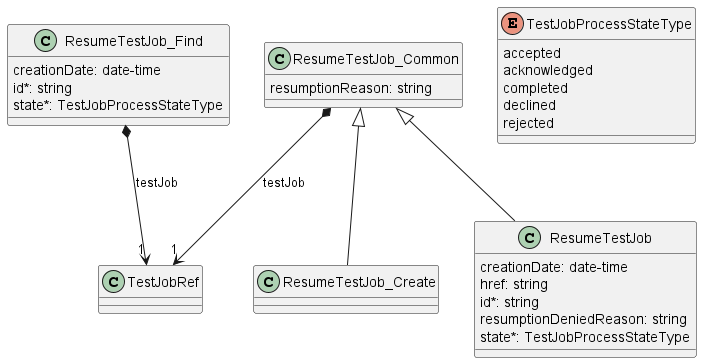
Above: documentation/serviceApi/sft/serviceTest/media/resumeTestJobModel.png in MEF-GIT/MEF-LSO-Legato-SDK (PlantUML), before the change.
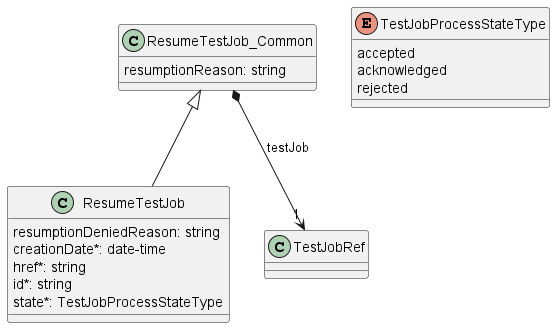
After the change.

What changed in the source:
```diff
@@ -2,10 +2,10 @@
 
 class ResumeTestJob {
 
-    creationDate: date-time
-    href: string
+    resumptionDeniedReason: string
+    creationDate*: date-time
+    href*: string
     id*: string
-    resumptionDeniedReason: string
     state*: TestJobProcessStateType
 }
 ResumeTestJob_Common <|-- ResumeTestJob
@@ -19,26 +19,10 @@
 
 ResumeTestJob_Common *-->"1" TestJobRef : testJob
 
-
-class ResumeTestJob_Create {
-
-}
-ResumeTestJob_Common <|-- ResumeTestJob_Create
-
-class ResumeTestJob_Find {
-    creationDate: date-time
-    id*: string
-    state*: TestJobProcessStateType
-}
-ResumeTestJob_Find *-->"1" TestJobRef : testJob
-
-
 enum TestJobProcessStateType {
 
     accepted
     acknowledged
-    completed
-    declined
     rejected
 }
 
```
